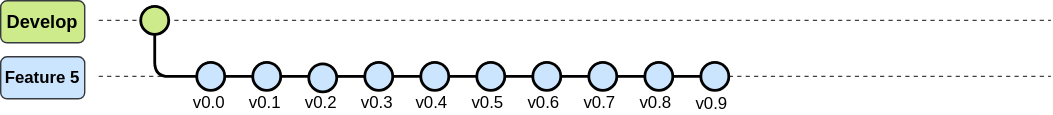
Above: 03_ImagenesRepo/Image_readme.svg in LEOSZ8/Tesis_Msc_LSZ (draw.io), before the change. Source tidied: cells renumbered, new cells last; positions are measured from the earlier drawing's top-left corner, leaving out a move shared by most shapes.
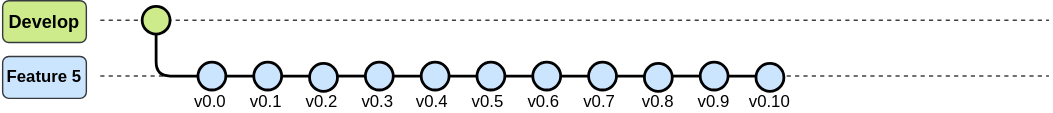
The same diagram one commit later.

Diff of the diagram source:
```diff
@@ -94,29 +94,43 @@
     <mxCell id="28" value="v0.6" style="text;html=1;align=center;verticalAlign=middle;whiteSpace=wrap;rounded=0;" parent="1" vertex="1">
       <mxGeometry x="373" y="67" width="30" height="12" as="geometry" />
     </mxCell>
-    <mxCell id="29" style="edgeStyle=orthogonalEdgeStyle;rounded=0;jettySize=auto;html=1;endArrow=none;startFill=0;strokeWidth=2;" parent="1" edge="1" source="30" target="33">
-      <mxGeometry relative="1" as="geometry" />
-    </mxCell>
+    <mxCell id="37" style="edgeStyle=orthogonalEdgeStyle;rounded=0;jettySize=auto;html=1;strokeWidth=2;endArrow=none;startFill=0;" parent="1" edge="1" source="30" target="39">
+      <mxGeometry relative="1" as="geometry" />
+    </mxCell>
     <mxCell id="30" style="ellipse;whiteSpace=wrap;html=1;fillColor=#cce5ff;strokeColor=#000000;strokeWidth=2;" parent="1" vertex="1">
       <mxGeometry x="420" y="44" width="20" height="20" as="geometry" />
     </mxCell>
     <mxCell id="31" value="v0.7" style="text;html=1;align=center;verticalAlign=middle;whiteSpace=wrap;rounded=0;" parent="1" vertex="1">
       <mxGeometry x="413" y="67" width="30" height="12" as="geometry" />
     </mxCell>
-    <mxCell id="32" style="edgeStyle=orthogonalEdgeStyle;rounded=0;jettySize=auto;html=1;endArrow=none;startFill=0;strokeWidth=2;" parent="1" edge="1" source="33" target="34">
-      <mxGeometry relative="1" as="geometry" />
-    </mxCell>
-    <mxCell id="33" style="ellipse;whiteSpace=wrap;html=1;fillColor=#cce5ff;strokeColor=#000000;strokeWidth=2;" parent="1" vertex="1">
-      <mxGeometry x="460" y="44" width="20" height="20" as="geometry" />
-    </mxCell>
+    <mxCell id="38" style="edgeStyle=orthogonalEdgeStyle;rounded=0;jettySize=auto;html=1;strokeWidth=2;endArrow=none;startFill=0;" parent="1" edge="1" source="39" target="34">
+      <mxGeometry relative="1" as="geometry">
+        <Array as="points">
+          <mxPoint x="490" y="54" />
+          <mxPoint x="490" y="54" />
+        </Array>
+      </mxGeometry>
+    </mxCell>
+    <mxCell id="39" style="ellipse;whiteSpace=wrap;html=1;fillColor=#cce5ff;strokeColor=#000000;strokeWidth=2;" parent="1" vertex="1">
+      <mxGeometry x="460" y="45" width="20" height="20" as="geometry" />
+    </mxCell>
+    <mxCell id="40" style="edgeStyle=orthogonalEdgeStyle;rounded=0;jettySize=auto;html=1;strokeWidth=2;endArrow=none;startFill=0;" parent="1" edge="1" source="34" target="41">
+      <mxGeometry relative="1" as="geometry" />
+    </mxCell>
     <mxCell id="34" style="ellipse;whiteSpace=wrap;html=1;fillColor=#cce5ff;strokeColor=#000000;strokeWidth=2;" parent="1" vertex="1">
       <mxGeometry x="500" y="44" width="20" height="20" as="geometry" />
     </mxCell>
+    <mxCell id="41" style="ellipse;whiteSpace=wrap;html=1;fillColor=#cce5ff;strokeColor=#000000;strokeWidth=2;" parent="1" vertex="1">
+      <mxGeometry x="540" y="45" width="20" height="20" as="geometry" />
+    </mxCell>
     <mxCell id="35" value="v0.8" style="text;html=1;align=center;verticalAlign=middle;whiteSpace=wrap;rounded=0;" parent="1" vertex="1">
-      <mxGeometry x="453" y="67" width="30" height="12" as="geometry" />
+      <mxGeometry x="455" y="67" width="30" height="12" as="geometry" />
     </mxCell>
     <mxCell id="36" value="v0.9" style="text;html=1;align=center;verticalAlign=middle;whiteSpace=wrap;rounded=0;" parent="1" vertex="1">
-      <mxGeometry x="493" y="68" width="30" height="12" as="geometry" />
+      <mxGeometry x="495" y="67" width="30" height="12" as="geometry" />
     </mxCell>
+    <mxCell id="42" value="v0.10" style="text;html=1;align=center;verticalAlign=middle;whiteSpace=wrap;rounded=0;" parent="1" vertex="1">
+      <mxGeometry x="535" y="67" width="30" height="12" as="geometry" />
+    </mxCell>
   </root>
 </mxGraphModel>
```
